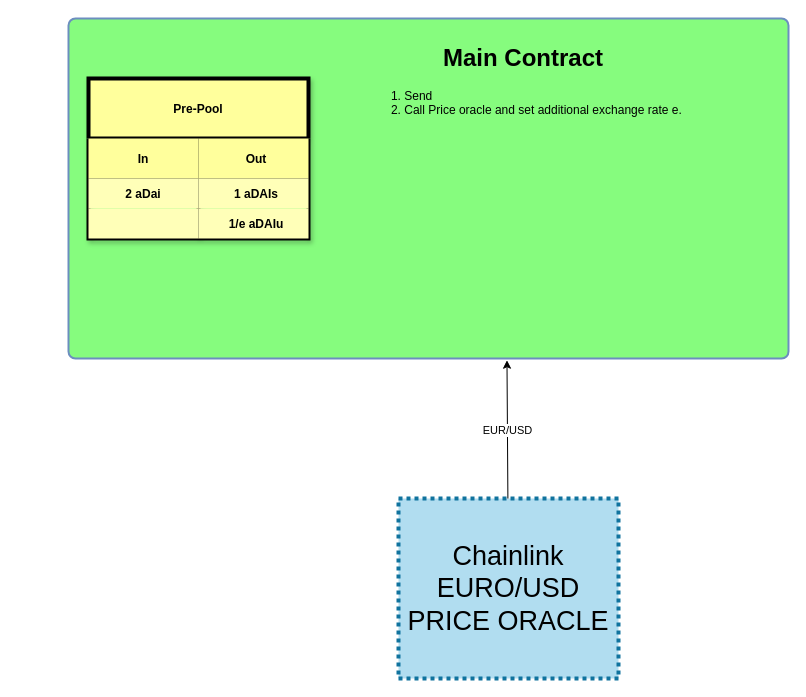
markus0x1/Dollar_Hedge keeps this draw.io diagram as page "Page-1" (1 of 2) of other/Untitled Diagram.drawio. Above is the earlier version. Source tidied: cells renumbered, new cells numbered last; positions are measured from the earlier drawing's top-left corner, leaving out a move shared by most shapes. Both pictures are drawn from the tidied source at 100%, with x=0, y=0 at pixel (68, 18).
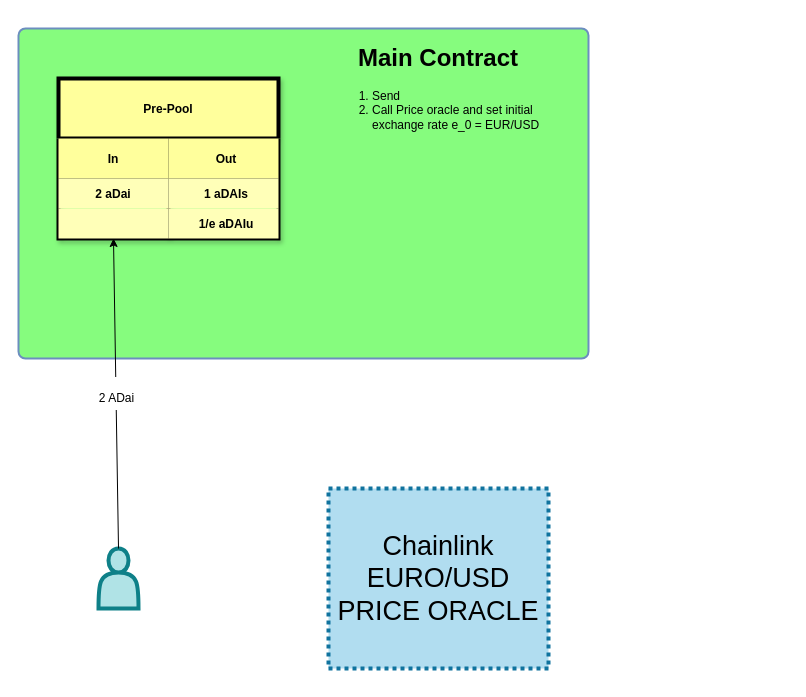
Above is the later version.

Diff of the diagram source:
```diff
@@
 <mxGraphModel>
   <root>
     <mxCell id="0" />
     <mxCell id="1" parent="0" />
     <mxCell id="2" value="&lt;h1&gt;&lt;br&gt;&lt;/h1&gt;" style="rounded=1;whiteSpace=wrap;html=1;absoluteArcSize=1;arcSize=14;strokeWidth=2;align=center;strokeColor=#6c8ebf;fillColor=#86FC7E;verticalAlign=top;fontStyle=4;" parent="1" vertex="1">
-      <mxGeometry width="720" height="340" as="geometry" />
+      <mxGeometry x="-50" y="10" width="570" height="330" as="geometry" />
     </mxCell>
+    <mxCell id="13" value="&lt;h1&gt;Main Contract&lt;/h1&gt;&lt;p&gt;&lt;/p&gt;&lt;ol&gt;&lt;li style=&quot;text-align: left&quot;&gt;Send&lt;/li&gt;&lt;li style=&quot;text-align: left&quot;&gt;Call Price oracle and set initial exchange rate e_0 = EUR/USD&lt;/li&gt;&lt;/ol&gt;&lt;p&gt;&lt;/p&gt;" style="text;html=1;strokeColor=none;fillColor=none;spacing=5;spacingTop=-20;whiteSpace=wrap;overflow=hidden;rounded=0;shadow=1;dashed=1;dashPattern=1 1;labelBackgroundColor=none;fontColor=#000000;align=center;" parent="1" vertex="1">
+      <mxGeometry x="260" y="20" width="220" height="300" as="geometry" />
+    </mxCell>
+    <mxCell id="14" value="&lt;span style=&quot;font-size: 27px&quot;&gt;Chainlink EURO/USD &lt;br&gt;PRICE ORACLE&lt;/span&gt;" style="rounded=0;whiteSpace=wrap;html=1;shadow=0;dashed=1;dashPattern=1 1;labelBackgroundColor=none;strokeWidth=4;align=center;strokeColor=#10739e;glass=0;sketch=0;fillColor=#b1ddf0;fontSize=27;" parent="1" vertex="1">
+      <mxGeometry x="260" y="470" width="220" height="180" as="geometry" />
+    </mxCell>
+    <mxCell id="17" style="shape=actor;whiteSpace=wrap;html=1;rounded=0;shadow=0;glass=0;labelBackgroundColor=none;sketch=0;strokeWidth=4;fillColor=#b0e3e6;fontSize=27;align=center;strokeColor=#0e8088;" parent="1" vertex="1">
+      <mxGeometry x="30" y="530" width="40" height="60" as="geometry" />
+    </mxCell>
     <mxCell id="3" value="Pre-Pool" style="shape=table;startSize=60;childLayout=tableLayout;rowLines=0;fontStyle=1;align=center;rounded=0;shadow=1;strokeWidth=4;fillColor=#FFFF9C;" parent="1" vertex="1">
-      <mxGeometry x="20" y="60" width="220" height="160" as="geometry" />
+      <mxGeometry x="-10" y="60" width="220" height="160" as="geometry" />
     </mxCell>
     <mxCell id="4" style="shape=partialRectangle;fillColor=none;top=0;left=0;bottom=1;right=0;" parent="3" vertex="1">
       <mxGeometry y="60" width="220" height="40" as="geometry" />
     </mxCell>
     <mxCell id="5" value="In" style="shape=partialRectangle;top=0;left=0;bottom=0;right=0;fontStyle=1;overflow=hidden;strokeColor=#0e8088;fillColor=#FFFF9C;align=center;" parent="4" vertex="1">
       <mxGeometry width="110" height="40" as="geometry" />
     </mxCell>
     <mxCell id="6" value="Out" style="shape=partialRectangle;top=0;left=0;bottom=0;right=0;align=center;spacingLeft=6;fontStyle=1;overflow=hidden;fillColor=#FFFF9C;" parent="4" vertex="1">
       <mxGeometry x="110" width="110" height="40" as="geometry" />
     </mxCell>
     <mxCell id="7" style="shape=partialRectangle;fillColor=none;top=0;left=0;bottom=0;right=0;" parent="3" vertex="1">
       <mxGeometry y="100" width="220" height="30" as="geometry" />
     </mxCell>
     <mxCell id="8" value="2 aDai" style="shape=partialRectangle;top=0;left=0;bottom=0;right=0;overflow=hidden;fontStyle=1;strokeColor=#0e8088;fillColor=#FFFFB8;" parent="7" vertex="1">
       <mxGeometry width="110" height="30" as="geometry" />
     </mxCell>
     <mxCell id="9" value="1 aDAIs" style="shape=partialRectangle;top=0;left=0;bottom=0;right=0;align=center;spacingLeft=6;overflow=hidden;dashed=1;dashPattern=1 1;fontStyle=1;fillColor=#FFFFB8;" parent="7" vertex="1">
       <mxGeometry x="110" width="110" height="30" as="geometry" />
     </mxCell>
     <mxCell id="10" style="shape=partialRectangle;fillColor=none;top=0;left=0;bottom=0;right=0;" parent="3" vertex="1">
       <mxGeometry y="130" width="220" height="30" as="geometry" />
     </mxCell>
     <mxCell id="11" style="shape=partialRectangle;top=0;left=0;bottom=0;right=0;overflow=hidden;strokeColor=#10739e;fillColor=#FFFFB8;" parent="10" vertex="1">
       <mxGeometry width="110" height="30" as="geometry" />
     </mxCell>
     <mxCell id="12" value="1/e aDAIu" style="shape=partialRectangle;top=0;left=0;bottom=0;right=0;align=center;spacingLeft=6;overflow=hidden;labelBackgroundColor=none;fontStyle=1;fillColor=#FFFFB8;" parent="10" vertex="1">
       <mxGeometry x="110" width="110" height="30" as="geometry" />
     </mxCell>
-    <mxCell id="13" value="&lt;h1&gt;Main Contract&lt;/h1&gt;&lt;p&gt;&lt;/p&gt;&lt;ol&gt;&lt;li style=&quot;text-align: left&quot;&gt;Send&lt;/li&gt;&lt;li style=&quot;text-align: left&quot;&gt;Call Price oracle and set additional exchange rate e.&lt;/li&gt;&lt;/ol&gt;&lt;p&gt;&lt;/p&gt;" style="text;html=1;strokeColor=none;fillColor=none;spacing=5;spacingTop=-20;whiteSpace=wrap;overflow=hidden;rounded=0;shadow=1;dashed=1;dashPattern=1 1;labelBackgroundColor=none;fontColor=#000000;align=center;" parent="1" vertex="1">
-      <mxGeometry x="260" y="20" width="390" height="300" as="geometry" />
-    </mxCell>
-    <mxCell id="14" value="&lt;span style=&quot;font-size: 27px&quot;&gt;Chainlink EURO/USD &lt;br&gt;PRICE ORACLE&lt;/span&gt;" style="rounded=0;whiteSpace=wrap;html=1;shadow=0;dashed=1;dashPattern=1 1;labelBackgroundColor=none;strokeWidth=4;align=center;strokeColor=#10739e;glass=0;sketch=0;fillColor=#b1ddf0;fontSize=27;" parent="1" vertex="1">
-      <mxGeometry x="330" y="480" width="220" height="180" as="geometry" />
-    </mxCell>
-    <mxCell id="15" style="endArrow=classic;html=1;fontSize=27;fontColor=#000000;entryX=0.609;entryY=1.005;entryDx=0;entryDy=0;entryPerimeter=0;" parent="1" edge="1" source="14" target="2">
-      <mxGeometry relative="1" as="geometry" />
-    </mxCell>
-    <mxCell id="16" value="EUR/USD" style="edgeLabel;html=1;align=center;verticalAlign=middle;" parent="15" vertex="1">
-      <mxGeometry relative="1" as="geometry" />
-    </mxCell>
+    <mxCell id="18" value="&lt;font style=&quot;font-size: 12px&quot;&gt;2 ADai&lt;/font&gt;" style="endArrow=classic;html=1;fontSize=27;fontColor=#000000;exitX=0.5;exitY=0;exitDx=0;exitDy=0;entryX=0.25;entryY=1;entryDx=0;entryDy=0;" parent="1" edge="1" source="17" target="3">
+      <mxGeometry relative="1" as="geometry" />
+    </mxCell>
   </root>
 </mxGraphModel>
```
